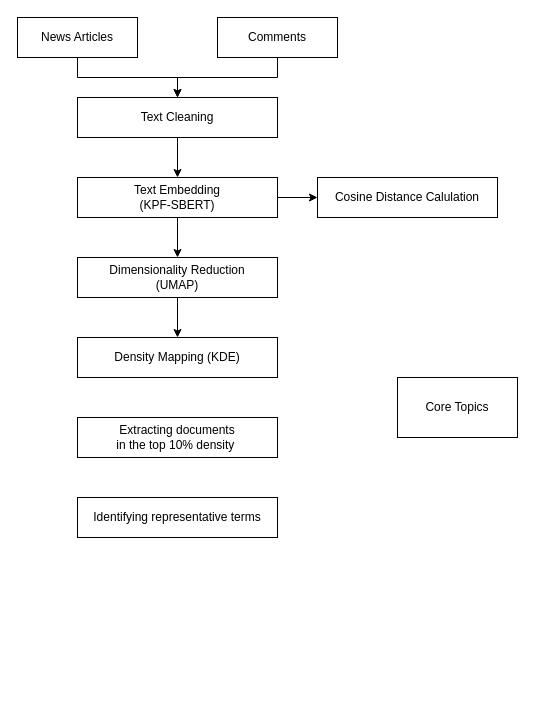
Before: 제목 없는 다이어그램.drawio in kjh8331267/Paper_Review, a draw.io diagram. Source tidied: cells renumbered, new cells numbered last; positions are measured from the earlier drawing's top-left corner, leaving out a move shared by most shapes. Both pictures are drawn from the tidied source at 100%, with x=0, y=0 at pixel (17, 17).
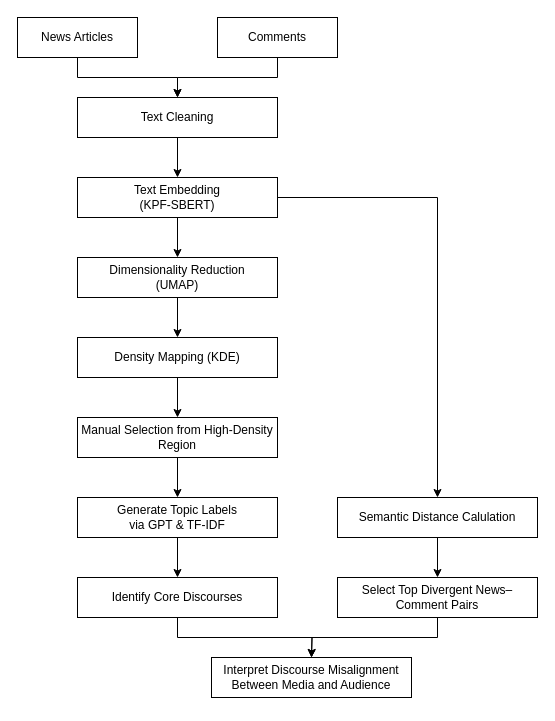
After the change.

Commit message (it also covers changes not shown here):
제목 없는 다이어그램.drawio 업데이트

The change refers to these unchanged cells:
```xml
<mxCell id="8" value="Text Embedding&lt;div&gt;(&lt;span style=&quot;background-color: transparent; color: light-dark(rgb(0, 0, 0), rgb(255, 255, 255));&quot;&gt;KPF-SBERT)&lt;/span&gt;&lt;/div&gt;" style="rounded=0;whiteSpace=wrap;html=1;" parent="1" vertex="1">
  <mxGeometry x="60" y="160" width="200" height="40" as="geometry" />
</mxCell>
<mxCell id="10" value="Density Mapping (KDE)" style="rounded=0;whiteSpace=wrap;html=1;" parent="1" vertex="1">
  <mxGeometry x="60" y="320" width="200" height="40" as="geometry" />
</mxCell>
```

What changed in the source:
```diff
@@
-    <mxCell id="7" style="edgeStyle=orthogonalEdgeStyle;rounded=0;jettySize=auto;html=1;exitX=1;exitY=0.5;exitDx=0;exitDy=0;entryX=0;entryY=0.5;entryDx=0;entryDy=0;" parent="1" edge="1" source="8" target="9">
+    <mxCell id="7" style="edgeStyle=orthogonalEdgeStyle;rounded=0;jettySize=auto;html=1;exitX=1;exitY=0.5;exitDx=0;exitDy=0;entryX=0.5;entryY=0;entryDx=0;entryDy=0;" parent="1" edge="1" source="8" target="9">
       <mxGeometry relative="1" as="geometry" />
     </mxCell>
@@
+    <mxCell id="18" style="edgeStyle=orthogonalEdgeStyle;rounded=0;jettySize=auto;html=1;exitX=0.5;exitY=1;exitDx=0;exitDy=0;entryX=0.5;entryY=0;entryDx=0;entryDy=0;" parent="1" edge="1" source="9" target="23">
+      <mxGeometry relative="1" as="geometry" />
+    </mxCell>
-    <mxCell id="9" value="Cosine Distance Calulation" style="rounded=0;whiteSpace=wrap;html=1;" parent="1" vertex="1">
-      <mxGeometry x="300" y="160" width="180" height="40" as="geometry" />
+    <mxCell id="9" value="Semantic Distance Calulation" style="rounded=0;whiteSpace=wrap;html=1;" parent="1" vertex="1">
+      <mxGeometry x="320" y="480" width="200" height="40" as="geometry" />
     </mxCell>
+    <mxCell id="19" style="edgeStyle=orthogonalEdgeStyle;rounded=0;jettySize=auto;html=1;exitX=0.5;exitY=1;exitDx=0;exitDy=0;entryX=0.5;entryY=0;entryDx=0;entryDy=0;" parent="1" edge="1" source="10" target="11">
+      <mxGeometry relative="1" as="geometry" />
+    </mxCell>
@@
+    <mxCell id="20" style="edgeStyle=orthogonalEdgeStyle;rounded=0;jettySize=auto;html=1;exitX=0.5;exitY=1;exitDx=0;exitDy=0;entryX=0.5;entryY=0;entryDx=0;entryDy=0;" parent="1" edge="1" source="11" target="26">
+      <mxGeometry relative="1" as="geometry" />
+    </mxCell>
-    <mxCell id="11" value="&lt;p&gt;Extracting documents &lt;br&gt;in the top 10% density&amp;nbsp;&lt;/p&gt;" style="rounded=0;whiteSpace=wrap;html=1;" parent="1" vertex="1">
+    <mxCell id="11" value="&lt;p&gt;Manual Selection from High-Density Region&lt;/p&gt;" style="rounded=0;whiteSpace=wrap;html=1;" parent="1" vertex="1">
       <mxGeometry x="60" y="400" width="200" height="40" as="geometry" />
     </mxCell>
+    <mxCell id="21" style="edgeStyle=orthogonalEdgeStyle;rounded=0;jettySize=auto;html=1;exitX=0.5;exitY=1;exitDx=0;exitDy=0;entryX=0.5;entryY=0;entryDx=0;entryDy=0;" parent="1" edge="1" source="12">
+      <mxGeometry relative="1" as="geometry">
+        <mxPoint x="294" y="640" as="targetPoint" />
+      </mxGeometry>
+    </mxCell>
-    <mxCell id="12" value="&lt;p&gt;Identifying representative terms&lt;/p&gt;" style="rounded=0;whiteSpace=wrap;html=1;" parent="1" vertex="1">
-      <mxGeometry x="60" y="480" width="200" height="40" as="geometry" />
+    <mxCell id="12" value="&lt;p&gt;Identify Core Discourses&lt;/p&gt;" style="rounded=0;whiteSpace=wrap;html=1;" parent="1" vertex="1">
+      <mxGeometry x="60" y="560" width="200" height="40" as="geometry" />
     </mxCell>
-    <mxCell id="13" value="Core Topics" style="rounded=0;whiteSpace=wrap;html=1;" parent="1" vertex="1">
-      <mxGeometry x="380" y="360" width="120" height="60" as="geometry" />
-    </mxCell>
@@
+    <mxCell id="22" style="edgeStyle=orthogonalEdgeStyle;rounded=0;jettySize=auto;html=1;exitX=0.5;exitY=1;exitDx=0;exitDy=0;entryX=0.5;entryY=0;entryDx=0;entryDy=0;" parent="1" edge="1" source="23">
+      <mxGeometry relative="1" as="geometry">
+        <mxPoint x="294" y="640" as="targetPoint" />
+      </mxGeometry>
+    </mxCell>
+    <mxCell id="23" value="&lt;p&gt;Select Top Divergent News–Comment Pairs&lt;/p&gt;" style="rounded=0;whiteSpace=wrap;html=1;" parent="1" vertex="1">
+      <mxGeometry x="320" y="560" width="200" height="40" as="geometry" />
+    </mxCell>
+    <mxCell id="24" value="&lt;p&gt;Interpret Discourse Misalignment&lt;br&gt;Between Media and Audience&lt;/p&gt;" style="rounded=0;whiteSpace=wrap;html=1;" parent="1" vertex="1">
+      <mxGeometry x="194" y="640" width="200" height="40" as="geometry" />
+    </mxCell>
+    <mxCell id="25" style="edgeStyle=orthogonalEdgeStyle;rounded=0;jettySize=auto;html=1;exitX=0.5;exitY=1;exitDx=0;exitDy=0;entryX=0.5;entryY=0;entryDx=0;entryDy=0;" parent="1" edge="1" source="26" target="12">
+      <mxGeometry relative="1" as="geometry" />
+    </mxCell>
+    <mxCell id="26" value="&lt;p&gt;Generate Topic Labels &lt;br&gt;via GPT &amp;amp; TF-IDF&lt;/p&gt;" style="rounded=0;whiteSpace=wrap;html=1;" parent="1" vertex="1">
+      <mxGeometry x="60" y="480" width="200" height="40" as="geometry" />
+    </mxCell>
```
